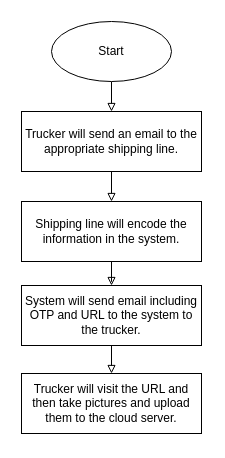
This is Untitled Diagram.drawio from dev20220810/bright-light-ventures-ph-documentation, a draw.io file, before an edit. Source tidied: cells renumbered, new cells numbered last; positions are measured from the earlier drawing's top-left corner, leaving out a move shared by most shapes. Both pictures are drawn from the tidied source at 100%, with x=0, y=0 at pixel (21, 21).
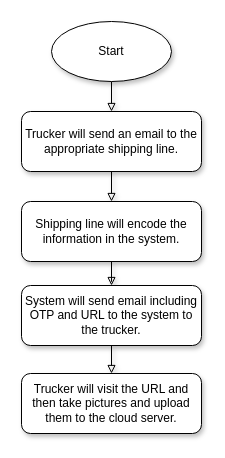
The same diagram, later.

The edit, as a diff of the source:
```diff
@@
 <mxGraphModel>
   <root>
     <mxCell id="0" />
     <mxCell id="1" parent="0" />
-    <mxCell id="2" style="edgeStyle=orthogonalEdgeStyle;rounded=0;jettySize=auto;html=1;endArrow=block;endFill=0;" parent="1" edge="1" source="3" target="5">
+    <mxCell id="2" style="edgeStyle=orthogonalEdgeStyle;rounded=0;jettySize=auto;html=1;endArrow=block;endFill=0;shadow=1;" parent="1" edge="1" source="3" target="5">
       <mxGeometry relative="1" as="geometry" />
     </mxCell>
-    <mxCell id="3" value="Start" style="ellipse;whiteSpace=wrap;html=1;" parent="1" vertex="1">
+    <mxCell id="3" value="Start" style="ellipse;whiteSpace=wrap;html=1;shadow=1;" parent="1" vertex="1">
       <mxGeometry x="30" width="120" height="60" as="geometry" />
     </mxCell>
-    <mxCell id="4" style="edgeStyle=orthogonalEdgeStyle;rounded=0;jettySize=auto;html=1;entryX=0.5;entryY=0;entryDx=0;entryDy=0;endArrow=block;endFill=0;" parent="1" edge="1" source="5" target="7">
+    <mxCell id="4" style="edgeStyle=orthogonalEdgeStyle;rounded=0;jettySize=auto;html=1;entryX=0.5;entryY=0;entryDx=0;entryDy=0;endArrow=block;endFill=0;shadow=1;" parent="1" edge="1" source="5" target="7">
       <mxGeometry relative="1" as="geometry" />
     </mxCell>
-    <mxCell id="5" value="Trucker will send an email to the appropriate shipping line." style="whiteSpace=wrap;html=1;" parent="1" vertex="1">
+    <mxCell id="5" value="Trucker will send an email to the appropriate shipping line." style="whiteSpace=wrap;html=1;rounded=1;shadow=1;glass=0;sketch=0;" parent="1" vertex="1">
       <mxGeometry y="90" width="180" height="60" as="geometry" />
     </mxCell>
-    <mxCell id="6" style="edgeStyle=orthogonalEdgeStyle;rounded=0;jettySize=auto;html=1;entryX=0.5;entryY=0;entryDx=0;entryDy=0;endArrow=block;endFill=0;" parent="1" edge="1" source="7" target="9">
+    <mxCell id="6" style="edgeStyle=orthogonalEdgeStyle;rounded=0;jettySize=auto;html=1;entryX=0.5;entryY=0;entryDx=0;entryDy=0;endArrow=block;endFill=0;shadow=1;" parent="1" edge="1" source="7" target="9">
       <mxGeometry relative="1" as="geometry" />
     </mxCell>
-    <mxCell id="7" value="Shipping line will encode the information in the system." style="whiteSpace=wrap;html=1;" parent="1" vertex="1">
+    <mxCell id="7" value="Shipping line will encode the information in the system." style="whiteSpace=wrap;html=1;shadow=1;rounded=1;" parent="1" vertex="1">
       <mxGeometry y="180" width="180" height="60" as="geometry" />
     </mxCell>
-    <mxCell id="8" style="edgeStyle=orthogonalEdgeStyle;rounded=0;jettySize=auto;html=1;entryX=0.5;entryY=0;entryDx=0;entryDy=0;endArrow=block;endFill=0;" parent="1" edge="1" source="9" target="10">
+    <mxCell id="8" style="edgeStyle=orthogonalEdgeStyle;rounded=0;jettySize=auto;html=1;entryX=0.5;entryY=0;entryDx=0;entryDy=0;endArrow=block;endFill=0;shadow=1;" parent="1" edge="1" source="9" target="10">
       <mxGeometry relative="1" as="geometry" />
     </mxCell>
-    <mxCell id="9" value="System will send email including OTP and URL to the system to the trucker." style="whiteSpace=wrap;html=1;" parent="1" vertex="1">
+    <mxCell id="9" value="System will send email including OTP and URL to the system to the trucker." style="whiteSpace=wrap;html=1;shadow=1;rounded=1;" parent="1" vertex="1">
       <mxGeometry y="264" width="180" height="60" as="geometry" />
     </mxCell>
-    <mxCell id="10" value="Trucker will visit the URL and then take pictures and upload them to the cloud server." style="whiteSpace=wrap;html=1;" parent="1" vertex="1">
+    <mxCell id="10" value="Trucker will visit the URL and then take pictures and upload them to the cloud server." style="whiteSpace=wrap;html=1;shadow=1;rounded=1;" parent="1" vertex="1">
       <mxGeometry y="352" width="180" height="60" as="geometry" />
     </mxCell>
   </root>
 </mxGraphModel>
```
